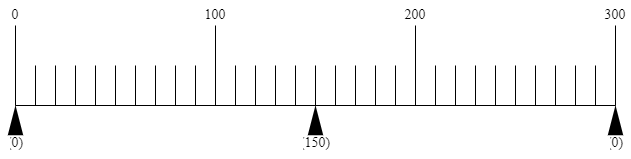
Earlier version of the draw.io export 2/connection.png (SuperTikuwa/thesis-images). Source tidied: cells renumbered, new cells last; positions are measured from the earlier drawing's top-left corner, leaving out a move shared by most shapes. The source it was exported from:
```xml
<mxGraphModel>
  <root>
    <mxCell id="0" />
    <mxCell id="1" parent="0" />
    <mxCell id="2" style="endArrow=none;html=1;rounded=0;" parent="1" edge="1">
      <mxGeometry relative="1" as="geometry">
        <mxPoint x="15" y="105" as="sourcePoint" />
        <mxPoint x="615" y="105" as="targetPoint" />
      </mxGeometry>
    </mxCell>
    <mxCell id="3" style="endArrow=none;html=1;rounded=0;" parent="1" edge="1">
      <mxGeometry relative="1" as="geometry">
        <mxPoint x="15" y="105" as="sourcePoint" />
        <mxPoint x="15" y="25" as="targetPoint" />
      </mxGeometry>
    </mxCell>
    <mxCell id="4" style="endArrow=none;html=1;rounded=0;" parent="1" edge="1">
      <mxGeometry relative="1" as="geometry">
        <mxPoint x="35" y="105" as="sourcePoint" />
        <mxPoint x="35" y="65" as="targetPoint" />
      </mxGeometry>
    </mxCell>
    <mxCell id="5" style="endArrow=none;html=1;rounded=0;" parent="1" edge="1">
      <mxGeometry relative="1" as="geometry">
        <mxPoint x="75" y="105" as="sourcePoint" />
        <mxPoint x="75" y="65" as="targetPoint" />
      </mxGeometry>
    </mxCell>
    <mxCell id="6" style="endArrow=none;html=1;rounded=0;" parent="1" edge="1">
      <mxGeometry relative="1" as="geometry">
        <mxPoint x="55" y="105" as="sourcePoint" />
        <mxPoint x="55" y="65" as="targetPoint" />
      </mxGeometry>
    </mxCell>
    <mxCell id="7" style="endArrow=none;html=1;rounded=0;" parent="1" edge="1">
      <mxGeometry relative="1" as="geometry">
        <mxPoint x="95" y="105" as="sourcePoint" />
        <mxPoint x="95" y="65" as="targetPoint" />
      </mxGeometry>
    </mxCell>
    <mxCell id="8" style="endArrow=none;html=1;rounded=0;" parent="1" edge="1">
      <mxGeometry relative="1" as="geometry">
        <mxPoint x="115" y="105" as="sourcePoint" />
        <mxPoint x="115" y="65" as="targetPoint" />
      </mxGeometry>
    </mxCell>
    <mxCell id="9" style="endArrow=none;html=1;rounded=0;" parent="1" edge="1">
      <mxGeometry relative="1" as="geometry">
        <mxPoint x="135" y="105" as="sourcePoint" />
        <mxPoint x="135" y="65" as="targetPoint" />
      </mxGeometry>
    </mxCell>
    <mxCell id="10" style="endArrow=none;html=1;rounded=0;" parent="1" edge="1">
      <mxGeometry relative="1" as="geometry">
        <mxPoint x="155" y="105" as="sourcePoint" />
        <mxPoint x="155" y="65" as="targetPoint" />
      </mxGeometry>
    </mxCell>
    <mxCell id="11" style="endArrow=none;html=1;rounded=0;" parent="1" edge="1">
      <mxGeometry relative="1" as="geometry">
        <mxPoint x="195" y="105" as="sourcePoint" />
        <mxPoint x="195" y="65" as="targetPoint" />
      </mxGeometry>
    </mxCell>
    <mxCell id="12" style="endArrow=none;html=1;rounded=0;" parent="1" edge="1">
      <mxGeometry relative="1" as="geometry">
        <mxPoint x="175" y="105" as="sourcePoint" />
        <mxPoint x="175" y="65" as="targetPoint" />
      </mxGeometry>
    </mxCell>
    <mxCell id="13" style="endArrow=none;html=1;rounded=0;" parent="1" edge="1">
      <mxGeometry relative="1" as="geometry">
        <mxPoint x="215" y="105" as="sourcePoint" />
        <mxPoint x="215" y="25" as="targetPoint" />
      </mxGeometry>
    </mxCell>
    <mxCell id="14" style="endArrow=none;html=1;rounded=0;" parent="1" edge="1">
      <mxGeometry relative="1" as="geometry">
        <mxPoint x="235" y="105" as="sourcePoint" />
        <mxPoint x="235" y="65" as="targetPoint" />
      </mxGeometry>
    </mxCell>
    <mxCell id="15" style="endArrow=none;html=1;rounded=0;" parent="1" edge="1">
      <mxGeometry relative="1" as="geometry">
        <mxPoint x="275" y="105" as="sourcePoint" />
        <mxPoint x="275" y="65" as="targetPoint" />
      </mxGeometry>
    </mxCell>
    <mxCell id="16" style="endArrow=none;html=1;rounded=0;" parent="1" edge="1">
      <mxGeometry relative="1" as="geometry">
        <mxPoint x="255" y="105" as="sourcePoint" />
        <mxPoint x="255" y="65" as="targetPoint" />
      </mxGeometry>
    </mxCell>
    <mxCell id="17" style="endArrow=none;html=1;rounded=0;" parent="1" edge="1">
      <mxGeometry relative="1" as="geometry">
        <mxPoint x="295" y="105" as="sourcePoint" />
        <mxPoint x="295" y="65" as="targetPoint" />
      </mxGeometry>
    </mxCell>
    <mxCell id="18" style="endArrow=none;html=1;rounded=0;" parent="1" edge="1">
      <mxGeometry relative="1" as="geometry">
        <mxPoint x="315" y="105" as="sourcePoint" />
        <mxPoint x="315" y="65" as="targetPoint" />
      </mxGeometry>
    </mxCell>
    <mxCell id="19" style="endArrow=none;html=1;rounded=0;" parent="1" edge="1">
      <mxGeometry relative="1" as="geometry">
        <mxPoint x="335" y="105" as="sourcePoint" />
        <mxPoint x="335" y="65" as="targetPoint" />
      </mxGeometry>
    </mxCell>
    <mxCell id="20" style="endArrow=none;html=1;rounded=0;" parent="1" edge="1">
      <mxGeometry relative="1" as="geometry">
        <mxPoint x="355" y="105" as="sourcePoint" />
        <mxPoint x="355" y="65" as="targetPoint" />
      </mxGeometry>
    </mxCell>
    <mxCell id="21" style="endArrow=none;html=1;rounded=0;" parent="1" edge="1">
      <mxGeometry relative="1" as="geometry">
        <mxPoint x="395" y="105" as="sourcePoint" />
        <mxPoint x="395" y="65" as="targetPoint" />
      </mxGeometry>
    </mxCell>
    <mxCell id="22" style="endArrow=none;html=1;rounded=0;" parent="1" edge="1">
      <mxGeometry relative="1" as="geometry">
        <mxPoint x="375" y="105" as="sourcePoint" />
        <mxPoint x="375" y="65" as="targetPoint" />
      </mxGeometry>
    </mxCell>
    <mxCell id="23" style="endArrow=none;html=1;rounded=0;" parent="1" edge="1">
      <mxGeometry relative="1" as="geometry">
        <mxPoint x="415" y="105" as="sourcePoint" />
        <mxPoint x="415" y="25" as="targetPoint" />
      </mxGeometry>
    </mxCell>
    <mxCell id="24" style="endArrow=none;html=1;rounded=0;" parent="1" edge="1">
      <mxGeometry relative="1" as="geometry">
        <mxPoint x="435" y="105" as="sourcePoint" />
        <mxPoint x="435" y="65" as="targetPoint" />
      </mxGeometry>
    </mxCell>
    <mxCell id="25" style="endArrow=none;html=1;rounded=0;" parent="1" edge="1">
      <mxGeometry relative="1" as="geometry">
        <mxPoint x="475" y="105" as="sourcePoint" />
        <mxPoint x="475" y="65" as="targetPoint" />
      </mxGeometry>
    </mxCell>
    <mxCell id="26" style="endArrow=none;html=1;rounded=0;" parent="1" edge="1">
      <mxGeometry relative="1" as="geometry">
        <mxPoint x="455" y="105" as="sourcePoint" />
        <mxPoint x="455" y="65" as="targetPoint" />
      </mxGeometry>
    </mxCell>
    <mxCell id="27" style="endArrow=none;html=1;rounded=0;" parent="1" edge="1">
      <mxGeometry relative="1" as="geometry">
        <mxPoint x="495" y="105" as="sourcePoint" />
        <mxPoint x="495" y="65" as="targetPoint" />
      </mxGeometry>
    </mxCell>
    <mxCell id="28" style="endArrow=none;html=1;rounded=0;" parent="1" edge="1">
      <mxGeometry relative="1" as="geometry">
        <mxPoint x="515" y="105" as="sourcePoint" />
        <mxPoint x="515" y="65" as="targetPoint" />
      </mxGeometry>
    </mxCell>
    <mxCell id="29" style="endArrow=none;html=1;rounded=0;" parent="1" edge="1">
      <mxGeometry relative="1" as="geometry">
        <mxPoint x="535" y="105" as="sourcePoint" />
        <mxPoint x="535" y="65" as="targetPoint" />
      </mxGeometry>
    </mxCell>
    <mxCell id="30" style="endArrow=none;html=1;rounded=0;" parent="1" edge="1">
      <mxGeometry relative="1" as="geometry">
        <mxPoint x="555" y="105" as="sourcePoint" />
        <mxPoint x="555" y="65" as="targetPoint" />
      </mxGeometry>
    </mxCell>
    <mxCell id="31" style="endArrow=none;html=1;rounded=0;" parent="1" edge="1">
      <mxGeometry relative="1" as="geometry">
        <mxPoint x="595" y="105" as="sourcePoint" />
        <mxPoint x="595" y="65" as="targetPoint" />
      </mxGeometry>
    </mxCell>
    <mxCell id="32" style="endArrow=none;html=1;rounded=0;" parent="1" edge="1">
      <mxGeometry relative="1" as="geometry">
        <mxPoint x="575" y="105" as="sourcePoint" />
        <mxPoint x="575" y="65" as="targetPoint" />
      </mxGeometry>
    </mxCell>
    <mxCell id="33" style="endArrow=none;html=1;rounded=0;" parent="1" edge="1">
      <mxGeometry relative="1" as="geometry">
        <mxPoint x="615" y="105" as="sourcePoint" />
        <mxPoint x="615" y="25" as="targetPoint" />
      </mxGeometry>
    </mxCell>
    <mxCell id="34" style="triangle;whiteSpace=wrap;html=1;rotation=-90;fillColor=#000000;strokeColor=none;" parent="1" vertex="1">
      <mxGeometry y="112" width="30" height="15.5" as="geometry" />
    </mxCell>
    <mxCell id="35" style="triangle;whiteSpace=wrap;html=1;rotation=-90;fillColor=#000000;strokeColor=none;" parent="1" vertex="1">
      <mxGeometry x="300" y="112" width="30" height="15.5" as="geometry" />
    </mxCell>
    <mxCell id="36" style="triangle;whiteSpace=wrap;html=1;rotation=-90;fillColor=#000000;strokeColor=none;" parent="1" vertex="1">
      <mxGeometry x="600" y="112" width="30" height="15.5" as="geometry" />
    </mxCell>
    <mxCell id="37" value="&lt;font face=&quot;Times New Roman&quot; style=&quot;font-size: 14px;&quot;&gt;0&lt;/font&gt;" style="text;html=1;strokeColor=none;fillColor=none;align=center;verticalAlign=middle;whiteSpace=wrap;rounded=0;" parent="1" vertex="1">
      <mxGeometry width="30" height="30" as="geometry" />
    </mxCell>
    <mxCell id="38" value="&lt;font face=&quot;Times New Roman&quot; style=&quot;font-size: 14px;&quot;&gt;100&lt;/font&gt;" style="text;html=1;strokeColor=none;fillColor=none;align=center;verticalAlign=middle;whiteSpace=wrap;rounded=0;" parent="1" vertex="1">
      <mxGeometry x="200" width="30" height="30" as="geometry" />
    </mxCell>
    <mxCell id="39" value="&lt;font face=&quot;Times New Roman&quot; style=&quot;font-size: 14px;&quot;&gt;200&lt;/font&gt;" style="text;html=1;strokeColor=none;fillColor=none;align=center;verticalAlign=middle;whiteSpace=wrap;rounded=0;" parent="1" vertex="1">
      <mxGeometry x="400" width="30" height="30" as="geometry" />
    </mxCell>
    <mxCell id="40" value="&lt;font face=&quot;Times New Roman&quot; style=&quot;font-size: 14px;&quot;&gt;300&lt;/font&gt;" style="text;html=1;strokeColor=none;fillColor=none;align=center;verticalAlign=middle;whiteSpace=wrap;rounded=0;" parent="1" vertex="1">
      <mxGeometry x="600" width="30" height="30" as="geometry" />
    </mxCell>
    <mxCell id="41" value="&lt;font face=&quot;Times New Roman&quot; style=&quot;font-size: 14px;&quot;&gt;(0)&lt;/font&gt;" style="text;html=1;strokeColor=none;fillColor=none;align=center;verticalAlign=middle;whiteSpace=wrap;rounded=0;" parent="1" vertex="1">
      <mxGeometry y="127.5" width="30" height="30" as="geometry" />
    </mxCell>
    <mxCell id="42" value="&lt;font face=&quot;Times New Roman&quot; style=&quot;font-size: 14px;&quot;&gt;(150)&lt;/font&gt;" style="text;html=1;strokeColor=none;fillColor=none;align=center;verticalAlign=middle;whiteSpace=wrap;rounded=0;" parent="1" vertex="1">
      <mxGeometry x="300" y="127.5" width="30" height="30" as="geometry" />
    </mxCell>
    <mxCell id="43" value="&lt;font face=&quot;Times New Roman&quot; style=&quot;font-size: 14px;&quot;&gt;(0)&lt;/font&gt;" style="text;html=1;strokeColor=none;fillColor=none;align=center;verticalAlign=middle;whiteSpace=wrap;rounded=0;" parent="1" vertex="1">
      <mxGeometry x="600" y="127.5" width="30" height="30" as="geometry" />
    </mxCell>
  </root>
</mxGraphModel>
```
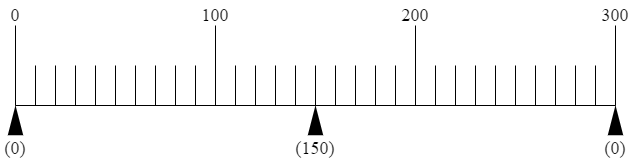
Later version of the same file.

Commit message:
connection.png を追加しました。

Diff of the diagram source:
```diff
@@ -203,26 +203,26 @@
     <mxCell id="36" style="triangle;whiteSpace=wrap;html=1;rotation=-90;fillColor=#000000;strokeColor=none;" parent="1" vertex="1">
       <mxGeometry x="600" y="112" width="30" height="15.5" as="geometry" />
     </mxCell>
-    <mxCell id="37" value="&lt;font face=&quot;Times New Roman&quot; style=&quot;font-size: 14px;&quot;&gt;0&lt;/font&gt;" style="text;html=1;strokeColor=none;fillColor=none;align=center;verticalAlign=middle;whiteSpace=wrap;rounded=0;" parent="1" vertex="1">
+    <mxCell id="37" value="&lt;font face=&quot;Times New Roman&quot; style=&quot;font-size: 18px;&quot;&gt;0&lt;/font&gt;" style="text;html=1;strokeColor=none;fillColor=none;align=center;verticalAlign=middle;whiteSpace=wrap;rounded=0;fontSize=18;" parent="1" vertex="1">
       <mxGeometry width="30" height="30" as="geometry" />
     </mxCell>
-    <mxCell id="38" value="&lt;font face=&quot;Times New Roman&quot; style=&quot;font-size: 14px;&quot;&gt;100&lt;/font&gt;" style="text;html=1;strokeColor=none;fillColor=none;align=center;verticalAlign=middle;whiteSpace=wrap;rounded=0;" parent="1" vertex="1">
+    <mxCell id="38" value="&lt;font face=&quot;Times New Roman&quot; style=&quot;font-size: 18px;&quot;&gt;100&lt;/font&gt;" style="text;html=1;strokeColor=none;fillColor=none;align=center;verticalAlign=middle;whiteSpace=wrap;rounded=0;fontSize=18;" parent="1" vertex="1">
       <mxGeometry x="200" width="30" height="30" as="geometry" />
     </mxCell>
-    <mxCell id="39" value="&lt;font face=&quot;Times New Roman&quot; style=&quot;font-size: 14px;&quot;&gt;200&lt;/font&gt;" style="text;html=1;strokeColor=none;fillColor=none;align=center;verticalAlign=middle;whiteSpace=wrap;rounded=0;" parent="1" vertex="1">
+    <mxCell id="39" value="&lt;font face=&quot;Times New Roman&quot; style=&quot;font-size: 18px;&quot;&gt;200&lt;/font&gt;" style="text;html=1;strokeColor=none;fillColor=none;align=center;verticalAlign=middle;whiteSpace=wrap;rounded=0;fontSize=18;" parent="1" vertex="1">
       <mxGeometry x="400" width="30" height="30" as="geometry" />
     </mxCell>
-    <mxCell id="40" value="&lt;font face=&quot;Times New Roman&quot; style=&quot;font-size: 14px;&quot;&gt;300&lt;/font&gt;" style="text;html=1;strokeColor=none;fillColor=none;align=center;verticalAlign=middle;whiteSpace=wrap;rounded=0;" parent="1" vertex="1">
+    <mxCell id="40" value="&lt;font face=&quot;Times New Roman&quot; style=&quot;font-size: 18px;&quot;&gt;300&lt;/font&gt;" style="text;html=1;strokeColor=none;fillColor=none;align=center;verticalAlign=middle;whiteSpace=wrap;rounded=0;fontSize=18;" parent="1" vertex="1">
       <mxGeometry x="600" width="30" height="30" as="geometry" />
     </mxCell>
-    <mxCell id="41" value="&lt;font face=&quot;Times New Roman&quot; style=&quot;font-size: 14px;&quot;&gt;(0)&lt;/font&gt;" style="text;html=1;strokeColor=none;fillColor=none;align=center;verticalAlign=middle;whiteSpace=wrap;rounded=0;" parent="1" vertex="1">
-      <mxGeometry y="127.5" width="30" height="30" as="geometry" />
+    <mxCell id="41" value="&lt;font face=&quot;Times New Roman&quot; style=&quot;font-size: 18px;&quot;&gt;(0)&lt;/font&gt;" style="text;html=1;strokeColor=none;fillColor=none;align=center;verticalAlign=middle;whiteSpace=wrap;rounded=0;fontSize=18;" parent="1" vertex="1">
+      <mxGeometry y="132.5" width="30" height="30" as="geometry" />
     </mxCell>
-    <mxCell id="42" value="&lt;font face=&quot;Times New Roman&quot; style=&quot;font-size: 14px;&quot;&gt;(150)&lt;/font&gt;" style="text;html=1;strokeColor=none;fillColor=none;align=center;verticalAlign=middle;whiteSpace=wrap;rounded=0;" parent="1" vertex="1">
-      <mxGeometry x="300" y="127.5" width="30" height="30" as="geometry" />
+    <mxCell id="42" value="&lt;font face=&quot;Times New Roman&quot; style=&quot;font-size: 18px;&quot;&gt;(150)&lt;/font&gt;" style="text;html=1;strokeColor=none;fillColor=none;align=center;verticalAlign=middle;whiteSpace=wrap;rounded=0;fontSize=18;" parent="1" vertex="1">
+      <mxGeometry x="300" y="132.5" width="30" height="30" as="geometry" />
     </mxCell>
-    <mxCell id="43" value="&lt;font face=&quot;Times New Roman&quot; style=&quot;font-size: 14px;&quot;&gt;(0)&lt;/font&gt;" style="text;html=1;strokeColor=none;fillColor=none;align=center;verticalAlign=middle;whiteSpace=wrap;rounded=0;" parent="1" vertex="1">
-      <mxGeometry x="600" y="127.5" width="30" height="30" as="geometry" />
+    <mxCell id="43" value="&lt;font face=&quot;Times New Roman&quot; style=&quot;font-size: 18px;&quot;&gt;(0)&lt;/font&gt;" style="text;html=1;strokeColor=none;fillColor=none;align=center;verticalAlign=middle;whiteSpace=wrap;rounded=0;fontSize=18;" parent="1" vertex="1">
+      <mxGeometry x="600" y="132.5" width="30" height="30" as="geometry" />
     </mxCell>
   </root>
 </mxGraphModel>
```
